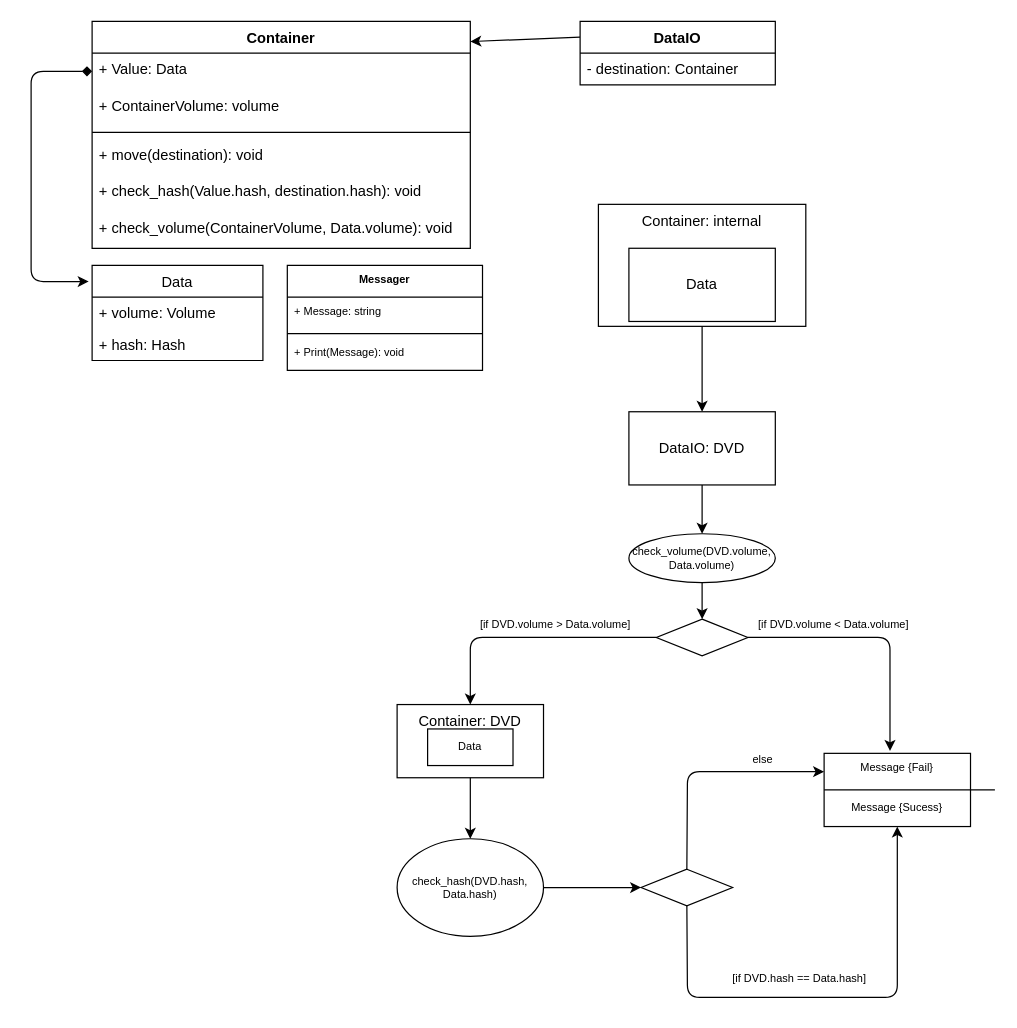
Earlier version of the draw.io diagram UML/04062022/class_diagram.drawio (Tr-T59/Study). Source tidied: cells renumbered, new cells numbered last; positions are measured from the earlier drawing's top-left corner, leaving out a move shared by most shapes. Both pictures are drawn from the tidied source at 122%, with x=0, y=0 at pixel (30, 21).
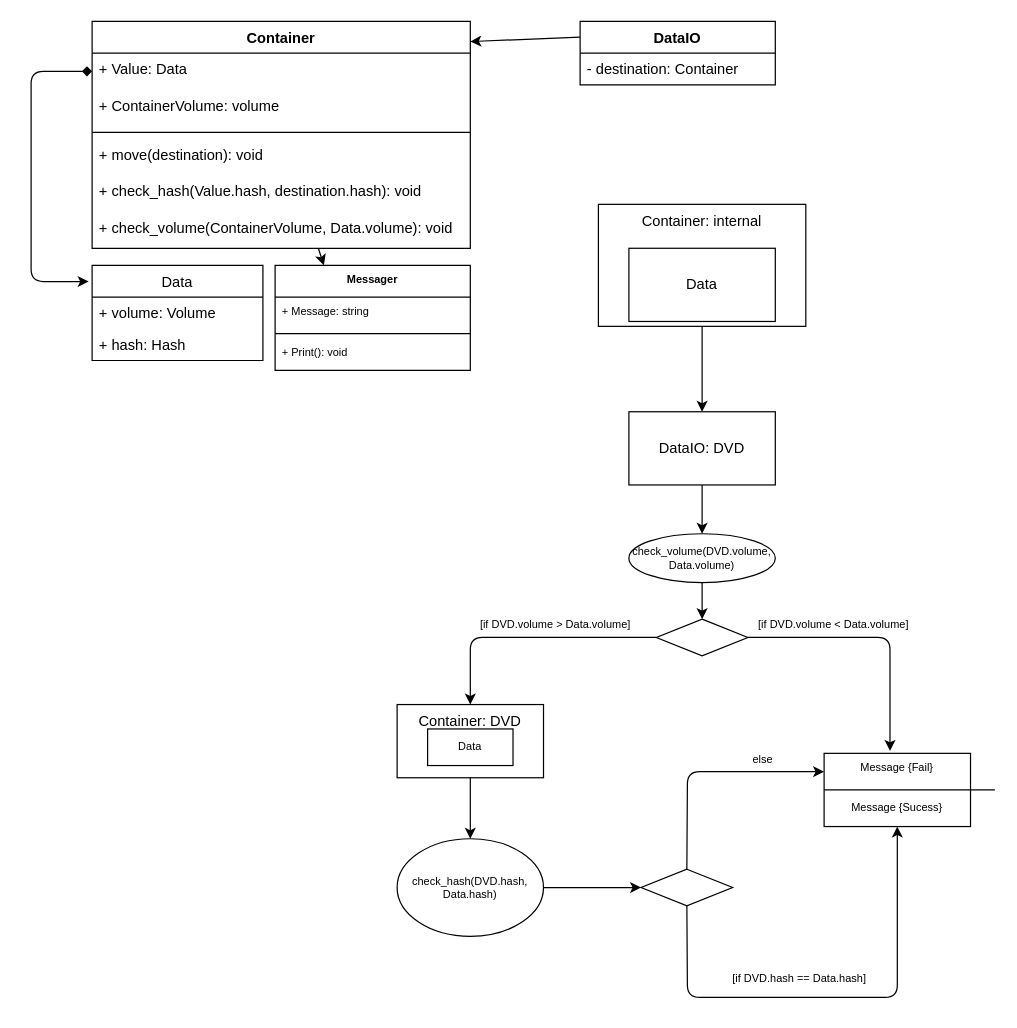
After the change.

The change refers to these unchanged cells:
```xml
<mxCell id="2" value="Container" style="swimlane;fontStyle=1;align=center;verticalAlign=top;horizontal=1;startSize=26;" parent="1" vertex="1">
  <mxGeometry x="50" width="310" height="186" as="geometry" />
</mxCell>
```

What changed in the source:
```diff
@@
+    <mxCell id="45" style="edgeStyle=none;html=1;entryX=0.25;entryY=0;entryDx=0;entryDy=0;" parent="1" edge="1" source="2" target="41">
+      <mxGeometry relative="1" as="geometry" />
+    </mxCell>
@@
     <mxCell id="41" value="Messager" style="swimlane;fontStyle=1;align=center;verticalAlign=top;horizontal=1;startSize=26;fontSize=9;" parent="1" vertex="1">
-      <mxGeometry x="210" y="200" width="160" height="86" as="geometry" />
+      <mxGeometry x="200" y="200" width="160" height="86" as="geometry" />
     </mxCell>
@@
-    <mxCell id="44" value="+ Print(Message): void" style="text;strokeColor=none;fillColor=none;align=left;verticalAlign=top;spacingLeft=4;spacingRight=4;overflow=hidden;fontSize=9;" parent="41" vertex="1">
+    <mxCell id="44" value="+ Print(): void" style="text;strokeColor=none;fillColor=none;align=left;verticalAlign=top;spacingLeft=4;spacingRight=4;overflow=hidden;fontSize=9;" parent="41" vertex="1">
       <mxGeometry y="60" width="160" height="26" as="geometry" />
     </mxCell>
```
